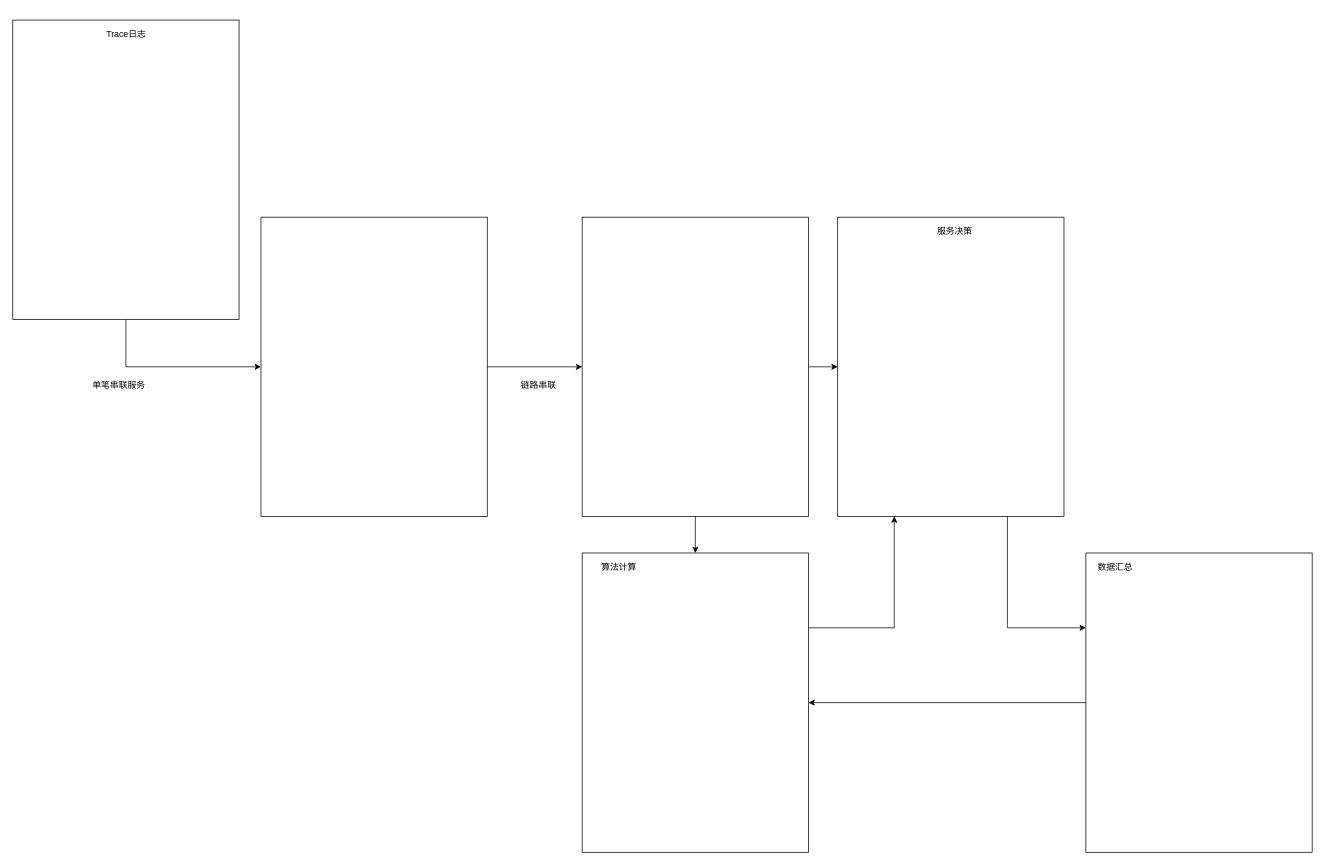
Earlier version of the draw.io diagram 蚂蚁金服/链路容量.drawio (frankneu/draw.io). Source tidied: cells renumbered, new cells numbered last; positions are measured from the earlier drawing's top-left corner, leaving out a move shared by most shapes. Both pictures are drawn from the tidied source at 73%, with x=0, y=0 at pixel (12, 20).
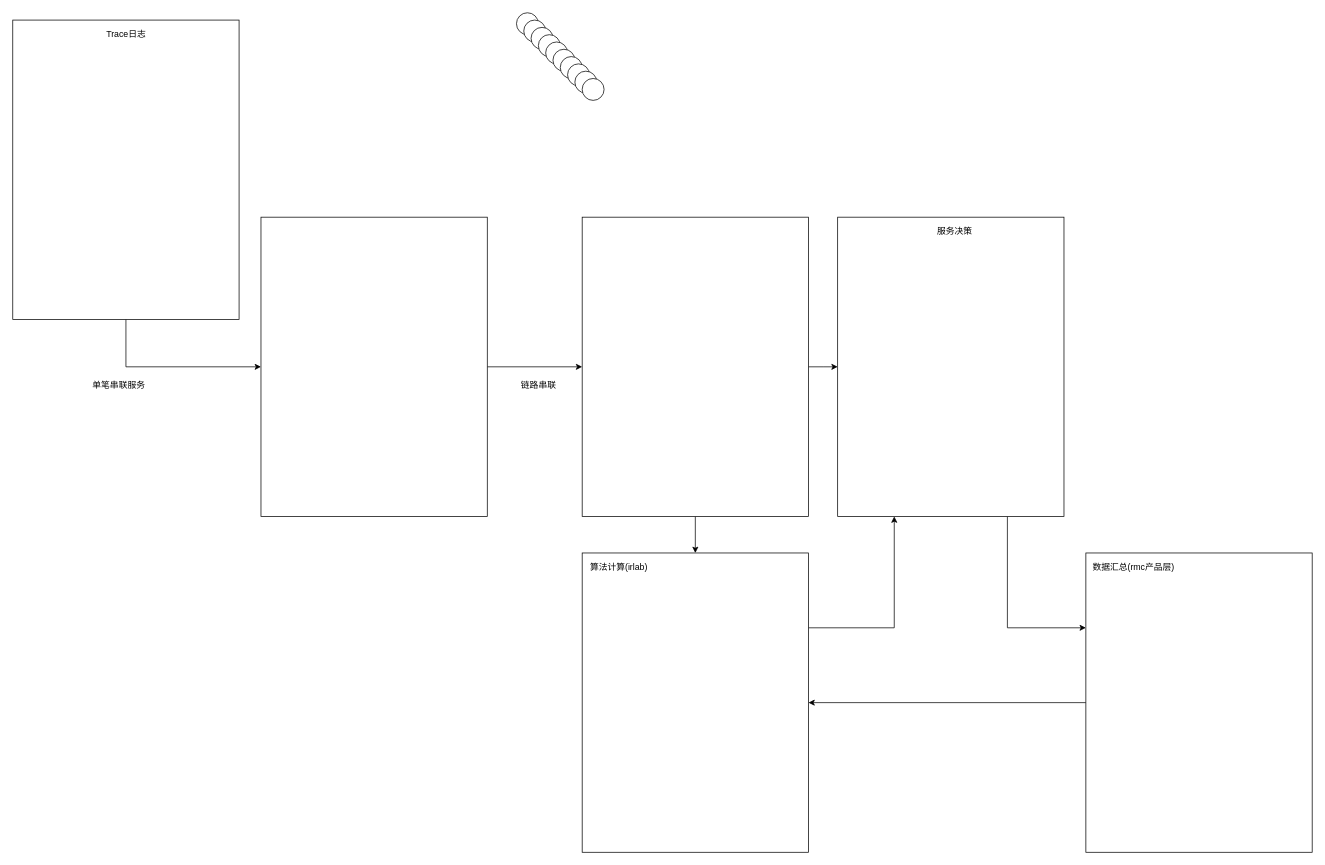
Above is the later version.

Diff of the diagram source:
```diff
@@
-    <mxCell id="19" value="数据汇总" style="text;html=1;align=center;verticalAlign=middle;strokeColor=none;" parent="1" vertex="1">
-      <mxGeometry x="1480" y="740" width="60" height="20" as="geometry" />
+    <mxCell id="19" value="数据汇总(rmc产品层)" style="text;html=1;align=center;verticalAlign=middle;strokeColor=none;" parent="1" vertex="1">
+      <mxGeometry x="1470" y="740" width="130" height="20" as="geometry" />
     </mxCell>
-    <mxCell id="20" value="算法计算" style="text;html=1;align=center;verticalAlign=middle;strokeColor=none;" parent="1" vertex="1">
-      <mxGeometry x="800" y="740" width="60" height="20" as="geometry" />
+    <mxCell id="20" value="算法计算(irlab)" style="text;html=1;align=center;verticalAlign=middle;strokeColor=none;" parent="1" vertex="1">
+      <mxGeometry x="785" y="740" width="90" height="20" as="geometry" />
     </mxCell>
+    <mxCell id="21" style="ellipse;whiteSpace=wrap;html=1;" parent="1" vertex="1">
+      <mxGeometry x="690" y="-10" width="30" height="30" as="geometry" />
+    </mxCell>
+    <mxCell id="22" style="ellipse;whiteSpace=wrap;html=1;" parent="1" vertex="1">
+      <mxGeometry x="700" width="30" height="30" as="geometry" />
+    </mxCell>
+    <mxCell id="23" style="ellipse;whiteSpace=wrap;html=1;" parent="1" vertex="1">
+      <mxGeometry x="710" y="10" width="30" height="30" as="geometry" />
+    </mxCell>
+    <mxCell id="24" style="ellipse;whiteSpace=wrap;html=1;" parent="1" vertex="1">
+      <mxGeometry x="720" y="20" width="30" height="30" as="geometry" />
+    </mxCell>
+    <mxCell id="25" style="ellipse;whiteSpace=wrap;html=1;" parent="1" vertex="1">
+      <mxGeometry x="730" y="30" width="30" height="30" as="geometry" />
+    </mxCell>
+    <mxCell id="26" style="ellipse;whiteSpace=wrap;html=1;" parent="1" vertex="1">
+      <mxGeometry x="740" y="40" width="30" height="30" as="geometry" />
+    </mxCell>
+    <mxCell id="27" style="ellipse;whiteSpace=wrap;html=1;" parent="1" vertex="1">
+      <mxGeometry x="750" y="50" width="30" height="30" as="geometry" />
+    </mxCell>
+    <mxCell id="28" style="ellipse;whiteSpace=wrap;html=1;" parent="1" vertex="1">
+      <mxGeometry x="760" y="60" width="30" height="30" as="geometry" />
+    </mxCell>
+    <mxCell id="29" style="ellipse;whiteSpace=wrap;html=1;" parent="1" vertex="1">
+      <mxGeometry x="770" y="70" width="30" height="30" as="geometry" />
+    </mxCell>
+    <mxCell id="30" style="ellipse;whiteSpace=wrap;html=1;" parent="1" vertex="1">
+      <mxGeometry x="780" y="80" width="30" height="30" as="geometry" />
+    </mxCell>
```
